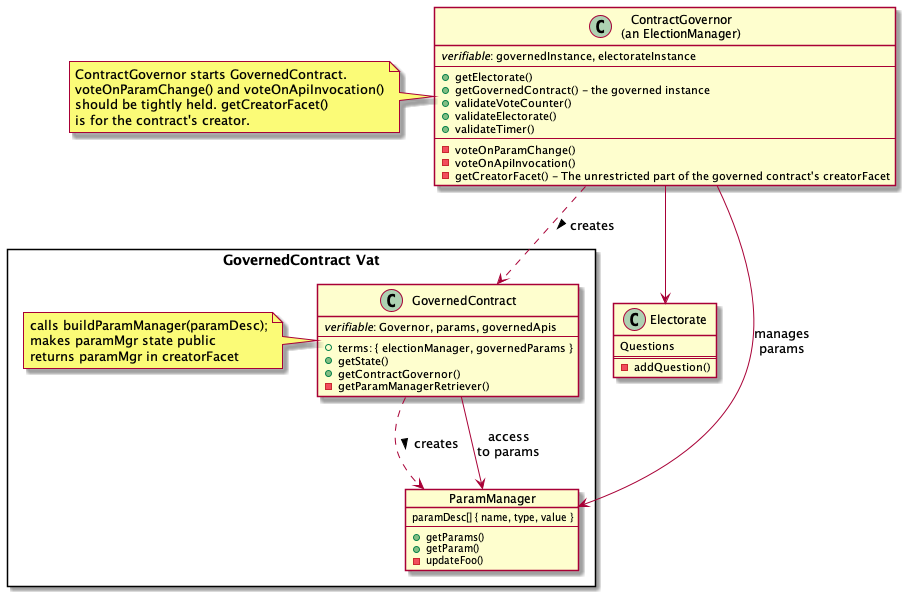
This is packages/governance/docs/contractGovernance.png from Agoric/agoric-sdk, a PlantUML export, as it was before one commit.
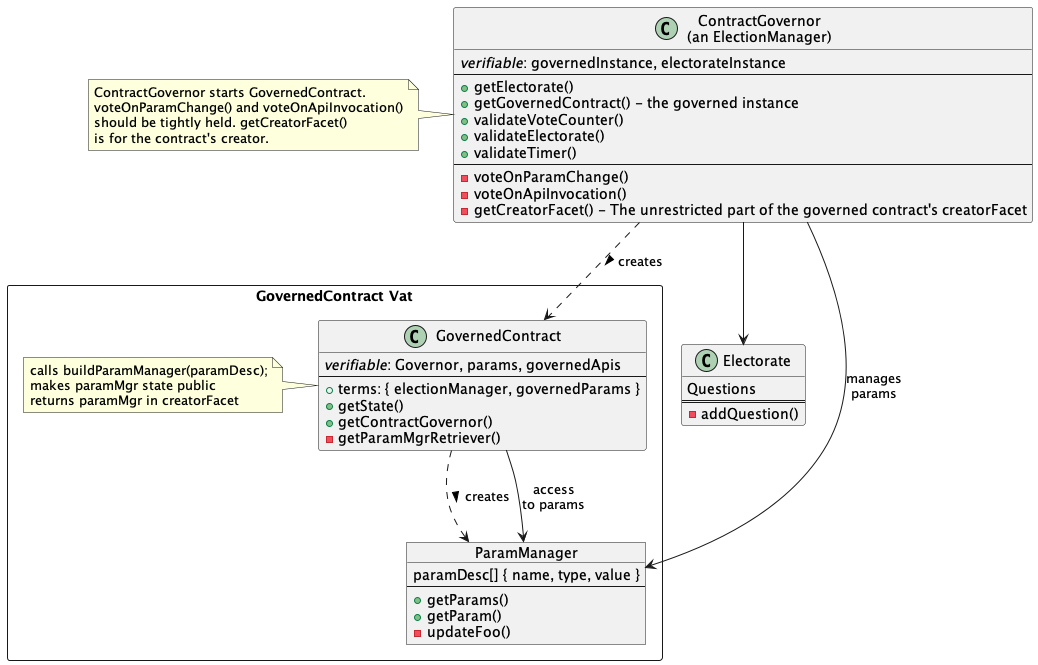
Above is the later version.

The edit, as a diff of the source:
```diff
@@ -15,7 +15,7 @@
         +terms: { electionManager, governedParams }
         +getState()
         +getContractGovernor()
-        -getParamManagerRetriever()
+        -getParamMgrRetriever()
     }
     note  left : calls buildParamManager(paramDesc);\nmakes paramMgr state public\nreturns paramMgr in creatorFacet
 }
```
